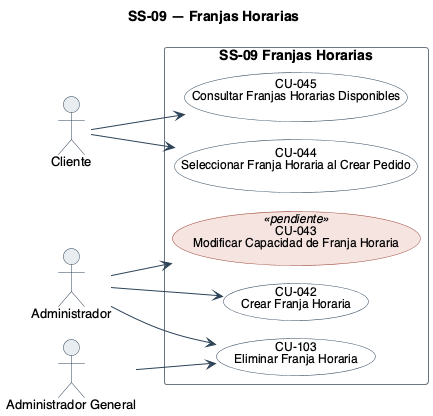
Nahuelito-Dev/splg-docs keeps this PlantUML diagram as diagramas/uml/CU_SS-09_Franjas-Horarias.png. Above is the earlier version.
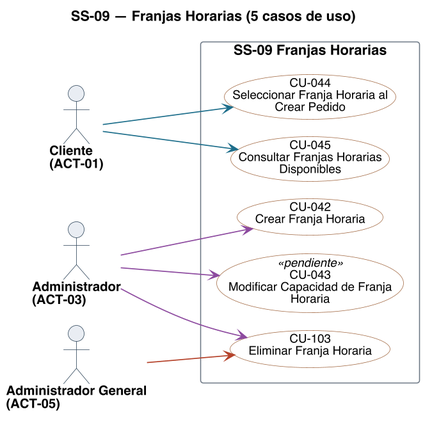
The same diagram one commit later.

The edit, as a diff of the source:
```diff
@@ -1,22 +1,23 @@
 @startuml
-!pragma layout smetana
-title SS-09 — Franjas Horarias
+title SS-09 — Franjas Horarias (5 casos de uso)
 left to right direction
 skinparam backgroundColor #FFFFFF
 skinparam shadowing false
 skinparam defaultFontName Helvetica
 skinparam defaultFontSize 13
+skinparam dpi 150
 skinparam ArrowColor #2C4257
+skinparam ArrowThickness 1.1
 skinparam actor {
   BorderColor #2C4257
   BackgroundColor #E8EDF2
+  FontSize 13
+  FontStyle bold
 }
 skinparam usecase {
   BorderColor #2C4257
   BackgroundColor #FFFFFF
   FontSize 12
-  BorderColor<<pendiente>> #9C4436
-  BackgroundColor<<pendiente>> #F6E4E1
 }
 skinparam rectangle {
   BorderColor #6B7683
@@ -24,22 +25,30 @@
   FontStyle bold
 }
 
-actor "Cliente" as A1
-actor "Administrador" as A3
-actor "Administrador General" as A5
+skinparam nodesep 18
+skinparam ranksep 70
+skinparam usecase {
+  BorderColor<<pendiente>> #9C4436
+  BackgroundColor<<pendiente>> #F6E4E1
+}
+
+actor "Cliente\n(ACT-01)" as A01
+actor "Administrador\n(ACT-03)" as A03
+actor "Administrador General\n(ACT-05)" as A05
 
 rectangle "SS-09 Franjas Horarias" {
-  usecase "CU-042\nCrear Franja Horaria" as U42
-  usecase "CU-043\nModificar Capacidad de Franja Horaria" as U43 <<pendiente>>
-  usecase "CU-044\nSeleccionar Franja Horaria al Crear Pedido" as U44
-  usecase "CU-045\nConsultar Franjas Horarias Disponibles" as U45
-  usecase "CU-103\nEliminar Franja Horaria" as U103
+  usecase "CU-042\nCrear Franja Horaria" as U042 #back:FFFFFF;line:A26A45
+  usecase "CU-043\nModificar Capacidad de Franja\nHoraria" as U043 <<pendiente>> #back:FFFFFF;line:A26A45
+  usecase "CU-044\nSeleccionar Franja Horaria al\nCrear Pedido" as U044 #back:FFFFFF;line:A26A45
+  usecase "CU-045\nConsultar Franjas Horarias\nDisponibles" as U045 #back:FFFFFF;line:A26A45
+  usecase "CU-103\nEliminar Franja Horaria" as U103 #back:FFFFFF;line:A26A45
 }
 
-A3 --> U42
-A3 --> U43
-A1 --> U44
-A1 --> U45
-A3 --> U103
-A5 --> U103
+A01 -[#1F6F8B]-> U044
+A01 -[#1F6F8B]-> U045
+A03 -[#8C4A9E]-> U042
+A03 -[#8C4A9E]-> U043
+A03 -[#8C4A9E]-> U103
+A05 -[#B4432B]-> U103
+
 @enduml
```
